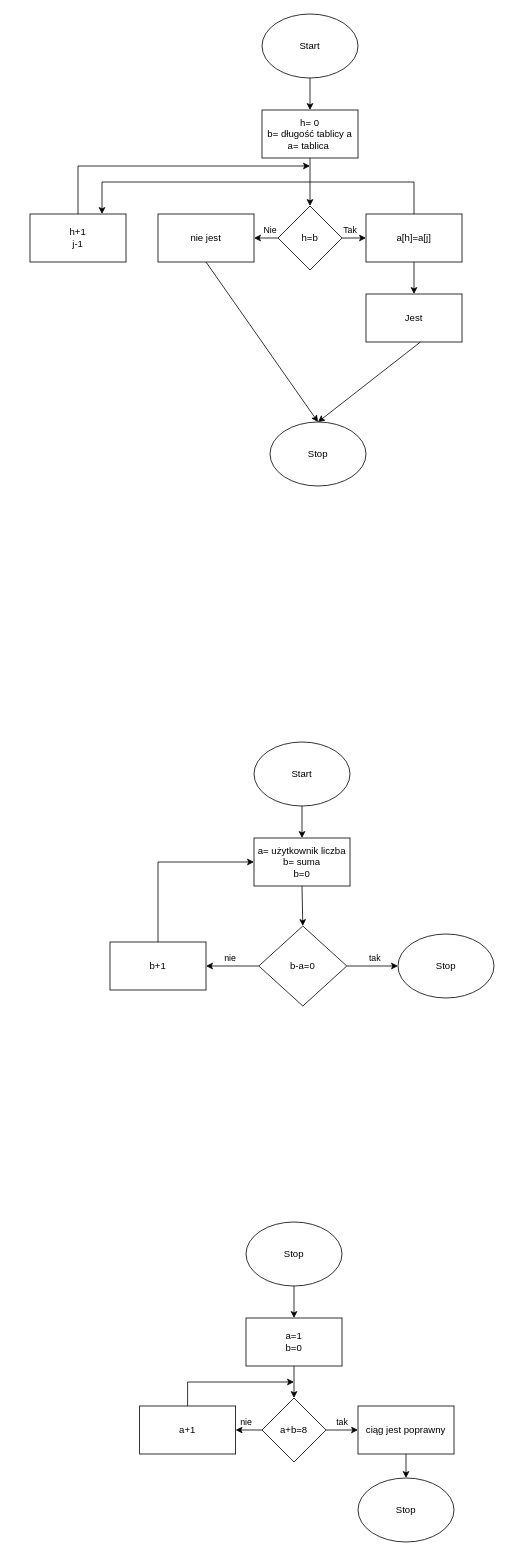
Marcin3865/Warto-bez-wzgledna keeps this draw.io diagram as Diagram bez tytułu.drawio. Above is the earlier version. Source tidied: cells renumbered, new cells numbered last; positions are measured from the earlier drawing's top-left corner, leaving out a move shared by most shapes. Both pictures are drawn from the tidied source at 80%, with x=0, y=0 at pixel (30, 14).
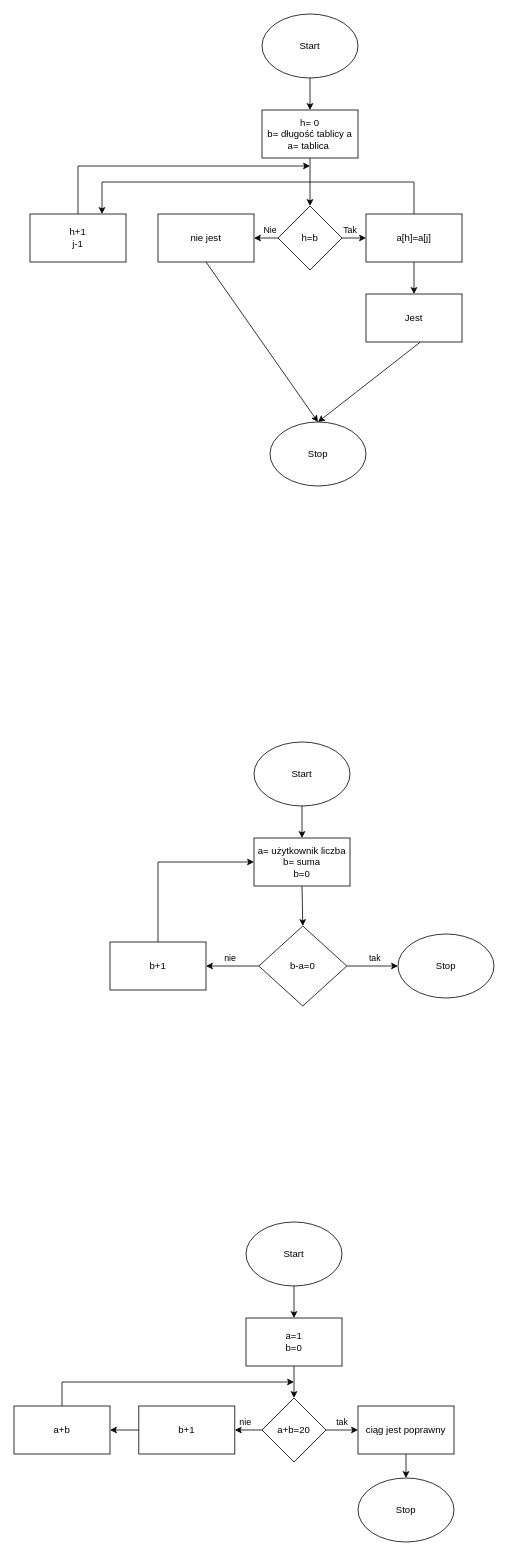
The same diagram, later.

Change to the diagram source:
```diff
@@
-    <mxCell id="29" value="Stop" style="ellipse;whiteSpace=wrap;html=1;" parent="1" vertex="1">
+    <mxCell id="29" value="Start" style="ellipse;whiteSpace=wrap;html=1;" parent="1" vertex="1">
       <mxGeometry x="270" y="1510" width="120" height="80" as="geometry" />
     </mxCell>
@@
-    <mxCell id="32" value="a+b=8" style="rhombus;whiteSpace=wrap;html=1;" parent="1" vertex="1">
+    <mxCell id="32" value="a+b=20" style="rhombus;whiteSpace=wrap;html=1;" parent="1" vertex="1">
       <mxGeometry x="290" y="1730" width="80" height="80" as="geometry" />
     </mxCell>
@@
-    <mxCell id="35" value="a+1" style="rounded=0;whiteSpace=wrap;html=1;" parent="1" vertex="1">
-      <mxGeometry x="137" y="1740" width="120" height="60" as="geometry" />
+    <mxCell id="35" value="b+1" style="rounded=0;whiteSpace=wrap;html=1;" parent="1" vertex="1">
+      <mxGeometry x="136" y="1740" width="120" height="60" as="geometry" />
     </mxCell>
@@
-    <mxCell id="38" style="endArrow=classic;html=1;rounded=0;exitX=0.5;exitY=0;exitDx=0;exitDy=0;" parent="1" edge="1" source="35">
+    <mxCell id="38" style="endArrow=classic;html=1;rounded=0;exitX=0.5;exitY=0;exitDx=0;exitDy=0;" parent="1" edge="1" source="41">
       <mxGeometry relative="1" as="geometry">
         <mxPoint x="330" y="1710" as="targetPoint" />
         <Array as="points">
-          <mxPoint x="197" y="1710" />
+          <mxPoint x="40" y="1710" />
         </Array>
       </mxGeometry>
     </mxCell>
@@
+    <mxCell id="41" value="a+b" style="rounded=0;whiteSpace=wrap;html=1;" parent="1" vertex="1">
+      <mxGeometry x="-20" y="1740" width="120" height="60" as="geometry" />
+    </mxCell>
+    <mxCell id="42" style="endArrow=classic;html=1;rounded=0;exitX=0;exitY=0.5;exitDx=0;exitDy=0;entryX=1;entryY=0.5;entryDx=0;entryDy=0;" parent="1" edge="1" source="35" target="41">
+      <mxGeometry relative="1" as="geometry" />
+    </mxCell>
```
